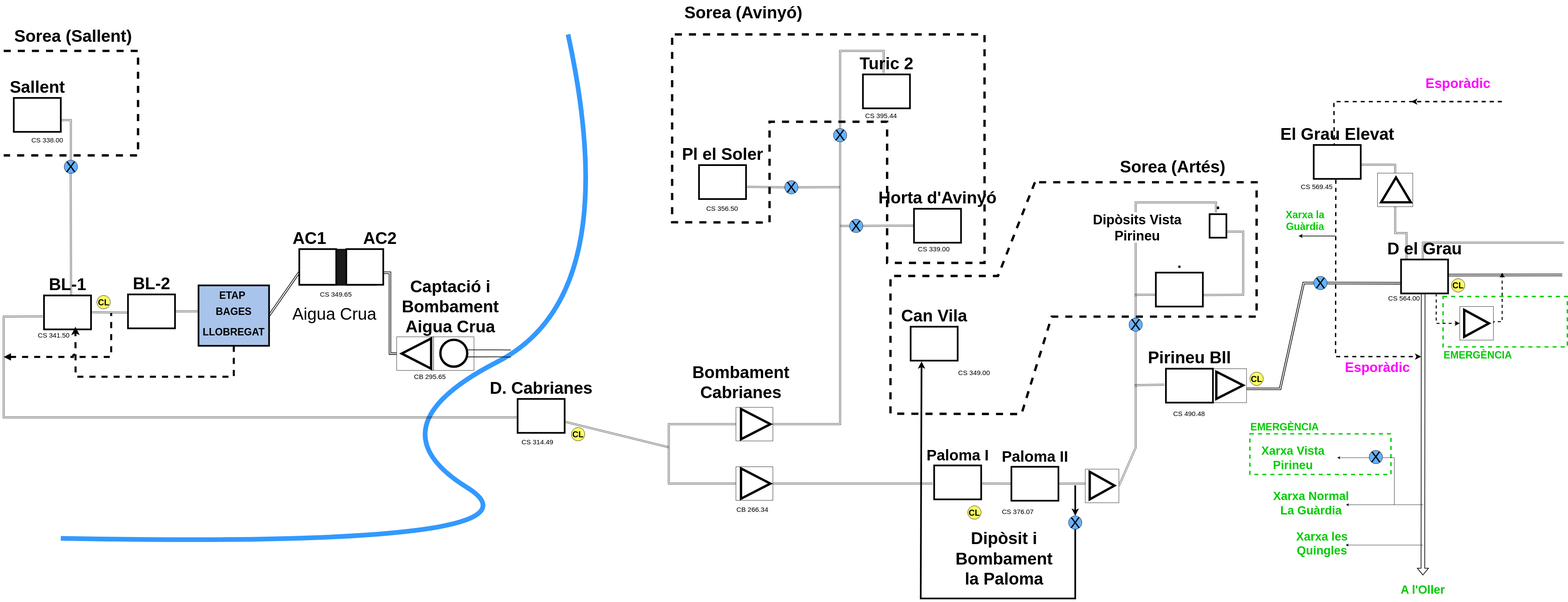
prac05/b_ll_prova_22 keeps this draw.io diagram as ASDASDASDA.svg. Above is the earlier version. Source tidied: cells renumbered, new cells last; positions are measured from the earlier drawing's top-left corner, leaving out a move shared by most shapes.
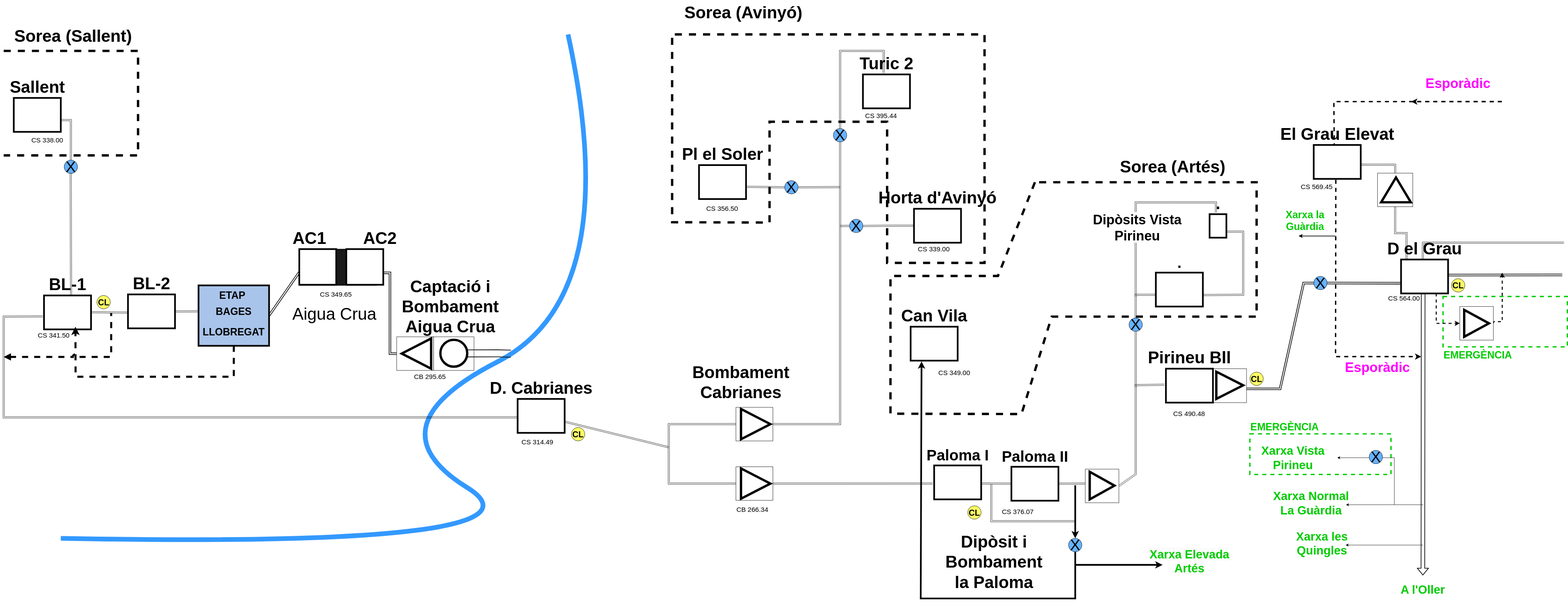
Above is the later version.

Change to the diagram source:
```diff
@@ -120,7 +120,7 @@
       <mxGeometry relative="1" as="geometry">
         <mxPoint x="3455.2" y="1144.7" as="targetPoint" />
         <Array as="points">
-          <mxPoint x="3370" y="1332" />
+          <mxPoint x="3370" y="1411" />
           <mxPoint x="3370" y="1146" />
         </Array>
       </mxGeometry>
@@ -246,13 +246,13 @@
     <mxCell id="50" value="&lt;font style=&quot;font-size: 46px;&quot;&gt;X&lt;/font&gt;" style="ellipse;whiteSpace=wrap;html=1;fontSize=46;fillColor=#66B2FF;" parent="1" vertex="1">
       <mxGeometry x="2518" y="652" width="40" height="40" as="geometry" />
     </mxCell>
-    <mxCell id="51" style="edgeStyle=none;rounded=0;jettySize=auto;html=1;exitX=0.5;exitY=0;exitDx=0;exitDy=0;elbow=vertical;endArrow=none;endFill=0;startArrow=classic;startFill=1;strokeWidth=5;" parent="1" edge="1" source="52">
+    <mxCell id="51" style="edgeStyle=none;rounded=0;jettySize=auto;html=1;elbow=vertical;endArrow=none;endFill=0;startArrow=classic;startFill=1;strokeWidth=5;exitX=0.5;exitY=0;exitDx=0;exitDy=0;" parent="1" edge="1" source="52">
       <mxGeometry relative="1" as="geometry">
         <mxPoint x="3190" y="1444" as="targetPoint" />
       </mxGeometry>
     </mxCell>
     <mxCell id="52" value="&lt;font style=&quot;font-size: 46px;&quot;&gt;X&lt;/font&gt;" style="ellipse;whiteSpace=wrap;html=1;fontSize=46;fillColor=#66B2FF;" parent="1" vertex="1">
-      <mxGeometry x="3170" y="1535" width="40" height="40" as="geometry" />
+      <mxGeometry x="3170" y="1602" width="40" height="40" as="geometry" />
     </mxCell>
     <mxCell id="53" style="edgeStyle=none;shape=link;rounded=0;jettySize=auto;html=1;elbow=vertical;" parent="1" edge="1" target="54">
       <mxGeometry relative="1" as="geometry">
@@ -398,7 +398,7 @@
       </mxGeometry>
     </mxCell>
     <mxCell id="79" value="&lt;font size=&quot;1&quot; style=&quot;&quot;&gt;&lt;b style=&quot;font-size: 50px;&quot;&gt;Dipòsit i Bombament la Paloma&lt;/b&gt;&lt;/font&gt;" style="text;html=1;align=center;verticalAlign=middle;whiteSpace=wrap;rounded=0;" parent="1" vertex="1">
-      <mxGeometry x="2850" y="1632" width="257.2" height="60" as="geometry" />
+      <mxGeometry x="2820" y="1642" width="257.2" height="60" as="geometry" />
     </mxCell>
     <mxCell id="80" value="&lt;font size=&quot;1&quot; color=&quot;#00cc00&quot;&gt;&lt;b style=&quot;font-size: 35px;&quot;&gt;A l'Oller&lt;/b&gt;&lt;/font&gt;" style="text;html=1;align=center;verticalAlign=middle;whiteSpace=wrap;rounded=0;" parent="1" vertex="1">
       <mxGeometry x="4110" y="1739" width="230" height="30" as="geometry" />
@@ -457,7 +457,7 @@
       <mxGeometry x="2720" y="722" width="130" height="50" as="geometry" />
     </mxCell>
     <mxCell id="96" value="&lt;span style=&quot;color: rgb(0, 0, 0); font-family: Helvetica; font-size: 20px; font-style: normal; font-variant-ligatures: normal; font-variant-caps: normal; font-weight: 400; letter-spacing: normal; orphans: 2; text-align: center; text-indent: 0px; text-transform: none; widows: 2; word-spacing: 0px; -webkit-text-stroke-width: 0px; white-space: normal; background-color: rgb(251, 251, 251); text-decoration-thickness: initial; text-decoration-style: initial; text-decoration-color: initial; display: inline !important; float: none;&quot;&gt;CS 349.00&lt;/span&gt;" style="text;whiteSpace=wrap;html=1;" parent="1" vertex="1">
-      <mxGeometry x="2840" y="1091" width="130" height="50" as="geometry" />
+      <mxGeometry x="2781" y="1091" width="130" height="50" as="geometry" />
     </mxCell>
     <mxCell id="97" value="&lt;span style=&quot;color: rgb(0, 0, 0); font-family: Helvetica; font-size: 20px; font-style: normal; font-variant-ligatures: normal; font-variant-caps: normal; font-weight: 400; letter-spacing: normal; orphans: 2; text-align: center; text-indent: 0px; text-transform: none; widows: 2; word-spacing: 0px; -webkit-text-stroke-width: 0px; white-space: normal; background-color: rgb(251, 251, 251); text-decoration-thickness: initial; text-decoration-style: initial; text-decoration-color: initial; display: inline !important; float: none;&quot;&gt;CS 376.07&lt;/span&gt;" style="text;whiteSpace=wrap;html=1;" parent="1" vertex="1">
       <mxGeometry x="2970" y="1504" width="130" height="50" as="geometry" />
@@ -591,5 +591,23 @@
     <mxCell id="131" value="&lt;font style=&quot;font-size: 45px;&quot;&gt;Paloma I&lt;/font&gt;" style="shape=mxgraph.pid.vessels.tank,_vessel;html=1;align=center;verticalLabelPosition=top;verticalAlign=bottom;dashed=0;strokeWidth=5;fillColor=none;shadow=0;labelBackgroundColor=none;labelPosition=center;fontStyle=1;" parent="1" vertex="1">
       <mxGeometry x="2770" y="1385" width="140" height="101" as="geometry" />
     </mxCell>
+    <mxCell id="132" style="endArrow=classic;html=1;rounded=0;fontFamily=Helvetica;fontSize=12;fontColor=default;strokeWidth=5;" parent="1" edge="1">
+      <mxGeometry relative="1" as="geometry">
+        <mxPoint x="3190" y="1681" as="sourcePoint" />
+        <mxPoint x="3450" y="1681" as="targetPoint" />
+      </mxGeometry>
+    </mxCell>
+    <mxCell id="133" value="&lt;b style=&quot;forced-color-adjust: none; color: rgb(0, 204, 0); font-family: Helvetica; font-style: normal; font-variant-ligatures: normal; font-variant-caps: normal; letter-spacing: normal; orphans: 2; text-indent: 0px; text-transform: none; widows: 2; word-spacing: 0px; -webkit-text-stroke-width: 0px; white-space: normal; background-color: rgb(251, 251, 251); text-decoration-thickness: initial; text-decoration-style: initial; text-decoration-color: initial; font-size: 35px;&quot;&gt;Xarxa Elevada Artés&lt;/b&gt;" style="text;whiteSpace=wrap;html=1;fontFamily=Helvetica;fontSize=12;fontColor=default;align=center;" parent="1" vertex="1">
+      <mxGeometry x="3402.5" y="1622" width="255" height="70" as="geometry" />
+    </mxCell>
+    <mxCell id="134" style="endArrow=classic;html=1;rounded=0;fontFamily=Helvetica;fontSize=12;fontColor=default;strokeWidth=1;shape=link;" parent="1" edge="1">
+      <mxGeometry relative="1" as="geometry">
+        <mxPoint x="2940" y="1441" as="sourcePoint" />
+        <mxPoint x="3190" y="1551" as="targetPoint" />
+        <Array as="points">
+          <mxPoint x="2940" y="1551" />
+        </Array>
+      </mxGeometry>
+    </mxCell>
   </root>
 </mxGraphModel>
```
